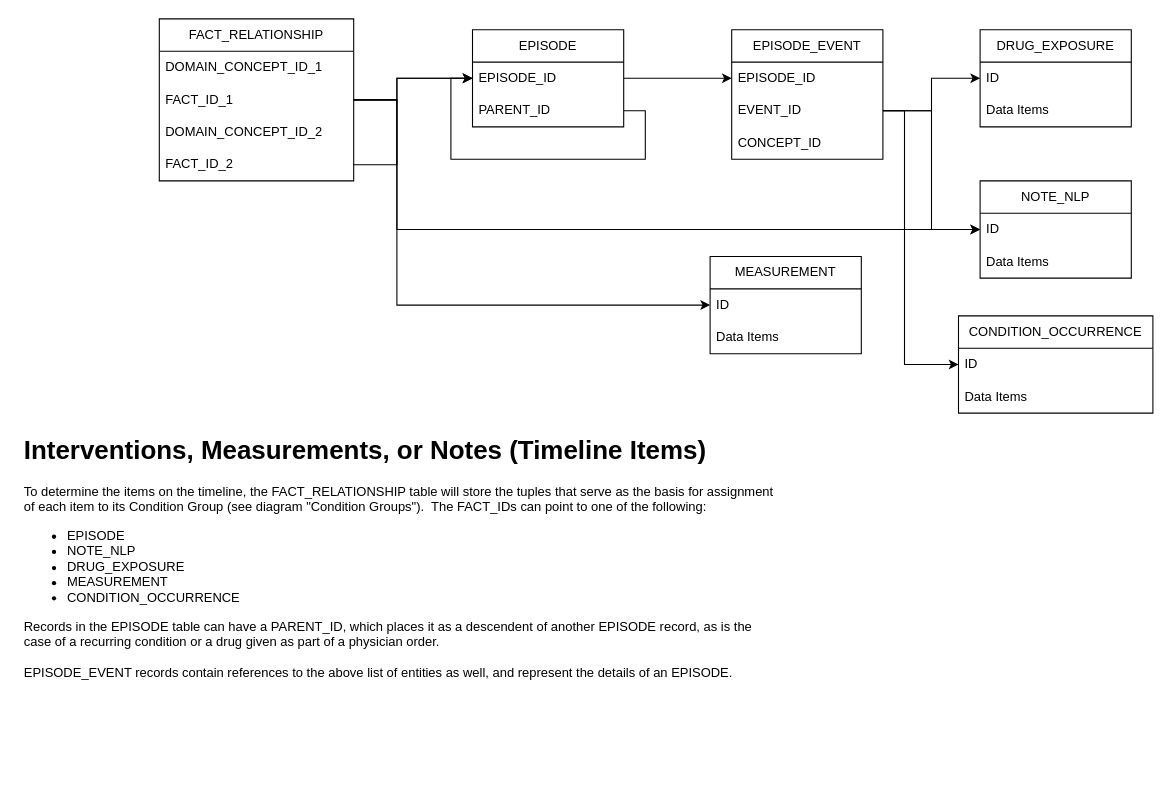
Above: page "Timeline Items" (2 of 2) of R21 PSKB Usage of OMOP tables.drawio in ntimkovich/UAB-II-Diagrams (draw.io), before the change. Source tidied: cells renumbered, new cells numbered last; positions are measured from the earlier drawing's top-left corner, leaving out a move shared by most shapes. Both pictures are drawn from the tidied source at 108%, with x=0, y=0 at pixel (18, 18).
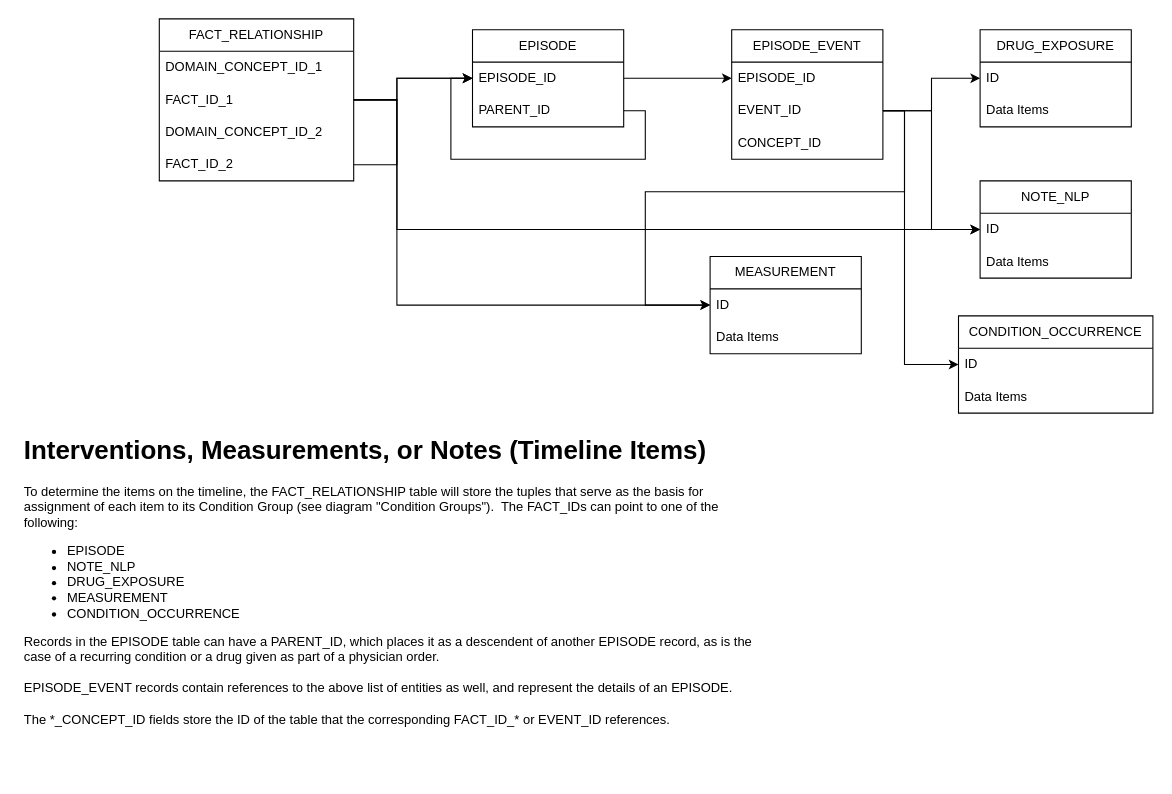
After the change.

Unchanged cells that the change refers to:
```xml
<mxCell id="9" value="EVENT_ID" style="text;strokeColor=none;fillColor=none;align=left;verticalAlign=middle;spacingLeft=4;spacingRight=4;overflow=hidden;points=[[0,0.5],[1,0.5]];portConstraint=eastwest;whiteSpace=wrap;html=1;" parent="7" vertex="1">
  <mxGeometry y="60" width="140" height="30" as="geometry" />
</mxCell>
<mxCell id="32" value="ID" style="text;strokeColor=none;fillColor=none;align=left;verticalAlign=middle;spacingLeft=4;spacingRight=4;overflow=hidden;points=[[0,0.5],[1,0.5]];portConstraint=eastwest;whiteSpace=wrap;html=1;" parent="31" vertex="1">
  <mxGeometry y="30" width="140" height="30" as="geometry" />
</mxCell>
```

Change to the diagram source:
```diff
@@
-    <mxCell id="35" value="&lt;h1&gt;Interventions, Measurements, or Notes (Timeline Items)&lt;/h1&gt;&lt;p&gt;To determine the items on the timeline, the FACT_RELATIONSHIP table will store the tuples that serve as the basis for assignment of each item to its Condition Group (see diagram &quot;Condition Groups&quot;).&amp;nbsp; The FACT_IDs can point to one of the following:&lt;/p&gt;&lt;p&gt;&lt;/p&gt;&lt;ul&gt;&lt;li&gt;EPISODE&lt;/li&gt;&lt;li&gt;NOTE_NLP&lt;/li&gt;&lt;li&gt;DRUG_EXPOSURE&lt;/li&gt;&lt;li&gt;MEASUREMENT&lt;/li&gt;&lt;li&gt;CONDITION_OCCURRENCE&lt;/li&gt;&lt;/ul&gt;&lt;div&gt;Records in the EPISODE table can have a PARENT_ID, which places it as a descendent of another EPISODE record, as is the case of a recurring condition or a drug given as part of a physician order.&lt;/div&gt;&lt;div&gt;&lt;br&gt;&lt;/div&gt;&lt;div&gt;EPISODE_EVENT records contain references to the above list of entities as well, and represent the details of an EPISODE.&lt;/div&gt;&lt;p&gt;&lt;/p&gt;" style="text;html=1;strokeColor=none;fillColor=none;spacing=5;spacingTop=-20;whiteSpace=wrap;overflow=hidden;rounded=0;" parent="1" vertex="1">
-      <mxGeometry y="380" width="710" height="320" as="geometry" />
+    <mxCell id="35" value="&lt;h1&gt;Interventions, Measurements, or Notes (Timeline Items)&lt;/h1&gt;&lt;p&gt;To determine the items on the timeline, the FACT_RELATIONSHIP table will store the tuples that serve as the basis for assignment of each item to its Condition Group (see diagram &quot;Condition Groups&quot;).&amp;nbsp; The FACT_IDs can point to one of the following:&lt;/p&gt;&lt;p&gt;&lt;/p&gt;&lt;ul&gt;&lt;li&gt;EPISODE&lt;/li&gt;&lt;li&gt;NOTE_NLP&lt;/li&gt;&lt;li&gt;DRUG_EXPOSURE&lt;/li&gt;&lt;li&gt;MEASUREMENT&lt;/li&gt;&lt;li&gt;CONDITION_OCCURRENCE&lt;/li&gt;&lt;/ul&gt;&lt;div&gt;Records in the EPISODE table can have a PARENT_ID, which places it as a descendent of another EPISODE record, as is the case of a recurring condition or a drug given as part of a physician order.&lt;/div&gt;&lt;div&gt;&lt;br&gt;&lt;/div&gt;&lt;div&gt;EPISODE_EVENT records contain references to the above list of entities as well, and represent the details of an EPISODE.&lt;/div&gt;&lt;div&gt;&lt;br&gt;&lt;/div&gt;&lt;div&gt;The *_CONCEPT_ID fields store the ID of the table that the corresponding FACT_ID_* or EVENT_ID references.&lt;/div&gt;&lt;p&gt;&lt;/p&gt;" style="text;html=1;strokeColor=none;fillColor=none;spacing=5;spacingTop=-20;whiteSpace=wrap;overflow=hidden;rounded=0;" parent="1" vertex="1">
+      <mxGeometry y="380" width="700" height="320" as="geometry" />
     </mxCell>
+    <mxCell id="36" style="edgeStyle=orthogonalEdgeStyle;rounded=0;jettySize=auto;html=1;exitX=1;exitY=0.5;exitDx=0;exitDy=0;entryX=0;entryY=0.5;entryDx=0;entryDy=0;" parent="1" edge="1" source="9" target="32">
+      <mxGeometry relative="1" as="geometry">
+        <Array as="points">
+          <mxPoint x="820" y="85" />
+          <mxPoint x="820" y="160" />
+          <mxPoint x="580" y="160" />
+          <mxPoint x="580" y="265" />
+        </Array>
+      </mxGeometry>
+    </mxCell>
```
